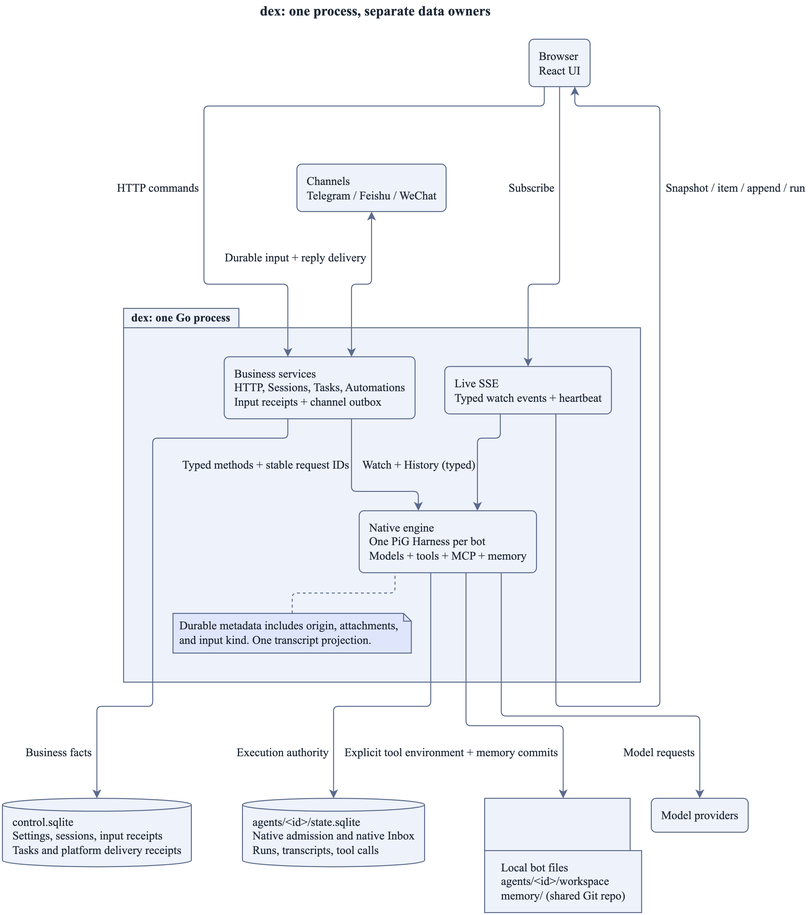
Before: docs/assets/architecture.png, a diagram exported from PlantUML (recally-io/dex). Its source is kept beside it as docs/assets/src/architecture.puml. Source of this version:
```plantuml
@startuml
skinparam RectangleBackgroundColor #eef2fb
skinparam RectangleBorderColor #5b6b8c
skinparam RectangleFontColor #1f2937
skinparam ComponentBackgroundColor #eef2fb
skinparam ComponentBorderColor #5b6b8c
skinparam ComponentFontColor #1f2937
skinparam ClassBackgroundColor #eef2fb
skinparam ClassBorderColor #5b6b8c
skinparam ClassFontColor #1f2937
skinparam UsecaseBackgroundColor #eef2fb
skinparam UsecaseBorderColor #5b6b8c
skinparam UsecaseFontColor #1f2937
skinparam DatabaseBackgroundColor #eef2fb
skinparam DatabaseBorderColor #5b6b8c
skinparam DatabaseFontColor #1f2937
skinparam NodeBackgroundColor #eef2fb
skinparam NodeBorderColor #5b6b8c
skinparam NodeFontColor #1f2937
skinparam ActorBackgroundColor #eef2fb
skinparam ActorBorderColor #5b6b8c
skinparam ActorFontColor #1f2937
skinparam StateBackgroundColor #eef2fb
skinparam StateBorderColor #5b6b8c
skinparam StateFontColor #1f2937
skinparam ArtifactBackgroundColor #eef2fb
skinparam ArtifactBorderColor #5b6b8c
skinparam ArtifactFontColor #1f2937
skinparam CloudBackgroundColor #eef2fb
skinparam CloudBorderColor #5b6b8c
skinparam CloudFontColor #1f2937
skinparam FolderBackgroundColor #eef2fb
skinparam FolderBorderColor #5b6b8c
skinparam FolderFontColor #1f2937
skinparam PackageBackgroundColor #eef2fb
skinparam PackageBorderColor #5b6b8c
skinparam DefaultFontColor #1f2937
skinparam ArrowColor #5b6b8c
skinparam ArrowFontColor #1f2937
skinparam NoteBackgroundColor #dfe5fb
skinparam NoteBorderColor #5b6b8c
skinparam NoteFontColor #1f2937
skinparam stereotypeABackgroundColor #d9e3f4
skinparam stereotypeABorderColor #5b6b8c
skinparam stereotypeCBackgroundColor #d9e3f4
skinparam stereotypeCBorderColor #5b6b8c
skinparam stereotypeEBackgroundColor #d9e3f4
skinparam stereotypeEBorderColor #5b6b8c
skinparam stereotypeIBackgroundColor #d9e3f4
skinparam stereotypeIBorderColor #5b6b8c
skinparam BackgroundColor #ffffff
title dex: one process, separate data owners
top to bottom direction
rectangle "Browser
React UI" as browser
rectangle "Channels
Telegram / Feishu / WeChat" as channels
package "dex: one Go process" as runtime {
  rectangle "Business services
HTTP, Sessions, Tasks, Automations
Input receipts + channel outbox" as business
  rectangle "Native engine
One PiG Harness per bot
Models + tools + MCP + memory" as engine
  rectangle "Live SSE
Typed watch events + heartbeat" as live
}
database "control.sqlite
Settings, sessions, input receipts
Tasks and platform delivery receipts" as cdb
database "agents/<id>/state.sqlite
Native admission and native Inbox
Runs, transcripts, tool calls" as adb
folder "Local bot files
agents/<id>/workspace
memory/ (shared Git repo)" as files
rectangle "Model providers" as models
browser --> business : HTTP commands
channels <--> business : Durable input + reply delivery
business --> cdb : Business facts
business --> engine : Typed methods + stable request IDs
engine --> adb : Execution authority
engine --> files : Explicit tool environment + memory commits
engine --> models : Model requests
browser --> live : Subscribe
live --> engine : Watch + History (typed)
live --> browser : Snapshot / item / append / run
note bottom of engine
  Durable metadata includes origin, attachments,
  and input kind. One transcript projection.
end note
@enduml
```
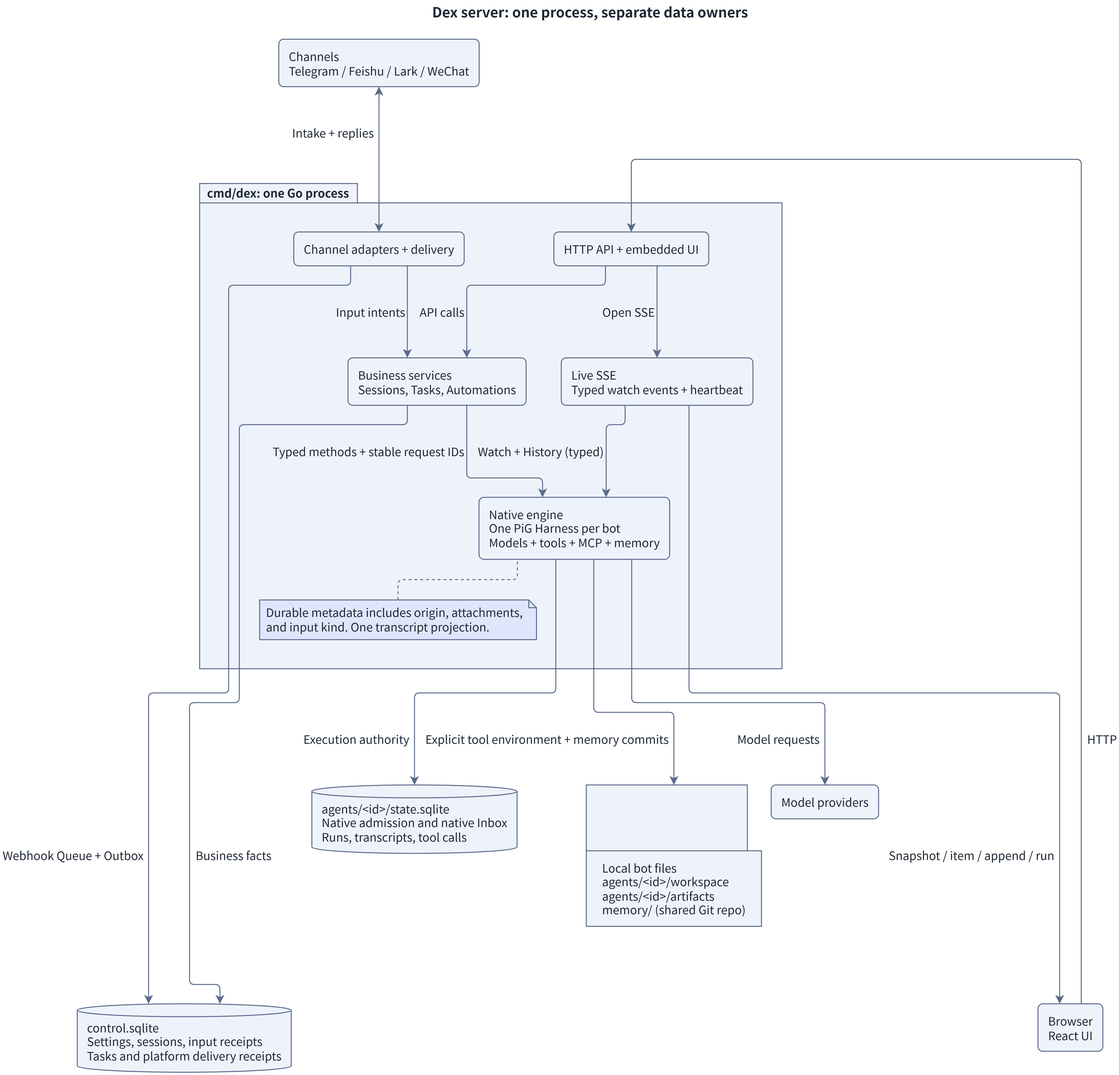
After the commit.

The edit, as a diff of the source:
```diff
@@ -49,16 +49,17 @@
 skinparam stereotypeIBackgroundColor #d9e3f4
 skinparam stereotypeIBorderColor #5b6b8c
 skinparam BackgroundColor #ffffff
-title dex: one process, separate data owners
+title Dex server: one process, separate data owners
 top to bottom direction
 rectangle "Browser
 React UI" as browser
 rectangle "Channels
-Telegram / Feishu / WeChat" as channels
-package "dex: one Go process" as runtime {
+Telegram / Feishu / Lark / WeChat" as channels
+package "cmd/dex: one Go process" as runtime {
+  rectangle "HTTP API + embedded UI" as http
+  rectangle "Channel adapters + delivery" as delivery
   rectangle "Business services
-HTTP, Sessions, Tasks, Automations
-Input receipts + channel outbox" as business
+Sessions, Tasks, Automations" as business
   rectangle "Native engine
 One PiG Harness per bot
 Models + tools + MCP + memory" as engine
@@ -73,16 +74,20 @@
 Runs, transcripts, tool calls" as adb
 folder "Local bot files
 agents/<id>/workspace
+agents/<id>/artifacts
 memory/ (shared Git repo)" as files
 rectangle "Model providers" as models
-browser --> business : HTTP commands
-channels <--> business : Durable input + reply delivery
+browser --> http : HTTP
+http --> business : API calls
+channels <--> delivery : Intake + replies
+delivery --> business : Input intents
+delivery --> cdb : Webhook Queue + Outbox
 business --> cdb : Business facts
 business --> engine : Typed methods + stable request IDs
 engine --> adb : Execution authority
 engine --> files : Explicit tool environment + memory commits
 engine --> models : Model requests
-browser --> live : Subscribe
+http --> live : Open SSE
 live --> engine : Watch + History (typed)
 live --> browser : Snapshot / item / append / run
 note bottom of engine
```
